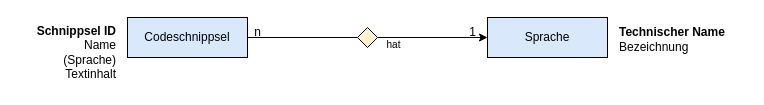
Earlier version of the draw.io diagram 3 REST-Webservices/Aufgaben/Wastebin/datenmodell.drawio (DennisSchulmeister/dhbwka-wwi-vertsys-2024-quellcodes). Source tidied: cells renumbered, new cells numbered last; positions are measured from the earlier drawing's top-left corner, leaving out a move shared by most shapes. Both pictures are drawn from the tidied source at 100%, with x=0, y=0 at pixel (17, 17).
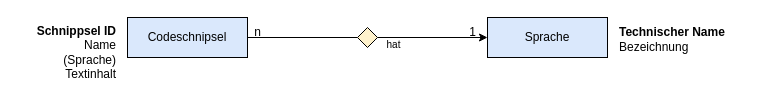
After the change.

What changed in the source:
```diff
@@
 <mxGraphModel>
   <root>
     <mxCell id="0" />
     <mxCell id="1" parent="0" />
     <mxCell id="2" value="Sprache" style="rounded=0;whiteSpace=wrap;html=1;fillColor=#dae8fc;strokeColor=#000000;" parent="1" vertex="1">
       <mxGeometry x="470" width="120" height="40" as="geometry" />
     </mxCell>
     <mxCell id="3" value="&lt;div&gt;&lt;b&gt;Technischer Name&lt;/b&gt;&lt;/div&gt;&lt;div&gt;Bezeichnung&lt;br&gt;&lt;/div&gt;" style="text;html=1;align=left;verticalAlign=middle;strokeColor=none;fillColor=none;" parent="1" vertex="1">
       <mxGeometry x="600" y="2" width="130" height="40" as="geometry" />
     </mxCell>
     <mxCell id="4" style="edgeStyle=orthogonalEdgeStyle;rounded=0;jettySize=auto;html=1;exitX=1;exitY=0.5;exitDx=0;exitDy=0;entryX=0;entryY=0.5;entryDx=0;entryDy=0;endArrow=none;endFill=0;" parent="1" edge="1" source="5" target="8">
       <mxGeometry relative="1" as="geometry" />
     </mxCell>
-    <mxCell id="5" value="Codeschnippsel" style="rounded=0;whiteSpace=wrap;html=1;fillColor=#dae8fc;strokeColor=#000000;" parent="1" vertex="1">
+    <mxCell id="5" value="Codeschnipsel" style="rounded=0;whiteSpace=wrap;html=1;fillColor=#dae8fc;strokeColor=#000000;" parent="1" vertex="1">
       <mxGeometry x="110" width="120" height="40" as="geometry" />
     </mxCell>
     <mxCell id="6" value="&lt;div&gt;&lt;b&gt;Schnippsel ID&lt;/b&gt;&lt;/div&gt;&lt;div&gt;Name&lt;/div&gt;&lt;div&gt;(Sprache)&lt;/div&gt;&lt;div&gt;Textinhalt&lt;br&gt;&lt;/div&gt;" style="text;html=1;align=right;verticalAlign=middle;strokeColor=none;fillColor=none;" parent="1" vertex="1">
       <mxGeometry width="100" height="70" as="geometry" />
     </mxCell>
     <mxCell id="7" style="edgeStyle=orthogonalEdgeStyle;rounded=0;jettySize=auto;html=1;exitX=1;exitY=0.5;exitDx=0;exitDy=0;entryX=0;entryY=0.5;entryDx=0;entryDy=0;" parent="1" edge="1" source="8" target="2">
       <mxGeometry relative="1" as="geometry" />
     </mxCell>
     <mxCell id="8" style="rhombus;whiteSpace=wrap;html=1;fillColor=#fff2cc;strokeColor=#000000;" parent="1" vertex="1">
       <mxGeometry x="340" y="10" width="20" height="20" as="geometry" />
     </mxCell>
     <mxCell id="9" value="n" style="text;html=1;align=center;verticalAlign=middle;strokeColor=none;fillColor=none;" parent="1" vertex="1">
       <mxGeometry x="225" width="30" height="30" as="geometry" />
     </mxCell>
     <mxCell id="10" value="1" style="text;html=1;align=center;verticalAlign=middle;strokeColor=none;fillColor=none;" parent="1" vertex="1">
       <mxGeometry x="440" width="30" height="30" as="geometry" />
     </mxCell>
     <mxCell id="11" value="hat" style="text;html=1;align=center;verticalAlign=middle;strokeColor=none;fillColor=none;fontSize=10;" parent="1" vertex="1">
       <mxGeometry x="356" y="12" width="40" height="30" as="geometry" />
     </mxCell>
   </root>
 </mxGraphModel>
```
